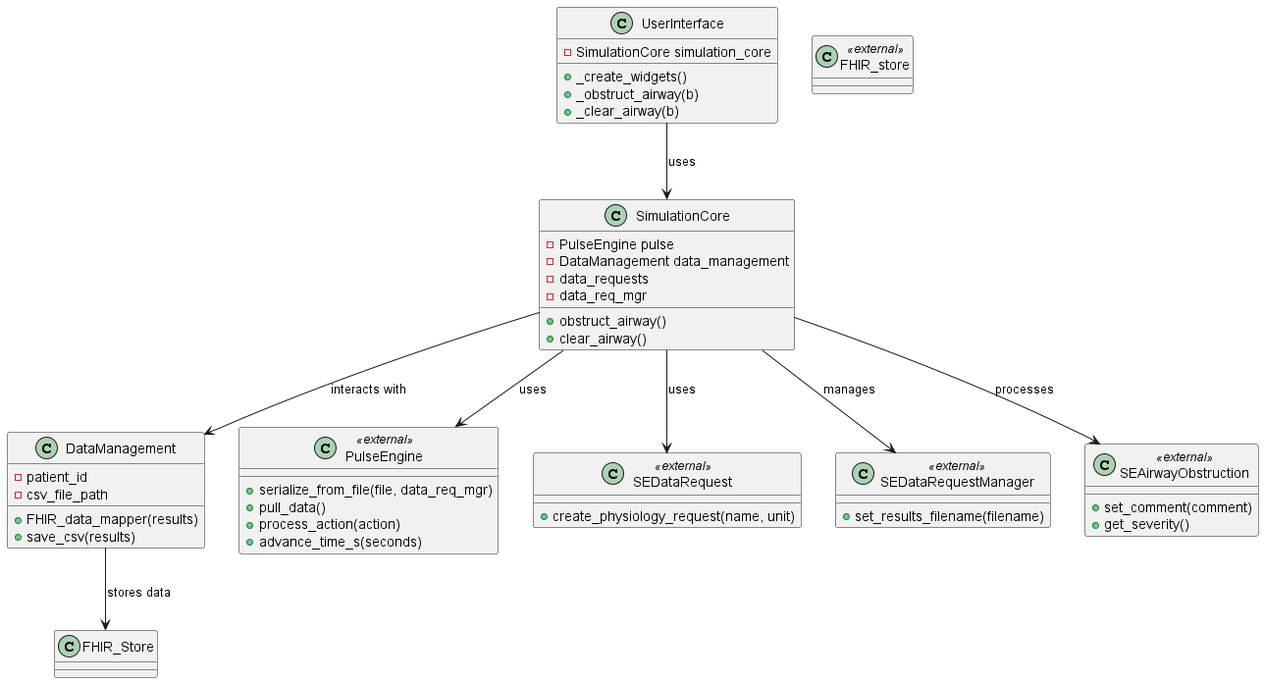
The PlantUML diagram pulse-physiology_FHIR/Diagrams/class_diagram.png in philips-labs/workflow-capability, before a commit. The source it was exported from:
```plantuml
@startuml
class UserInterface {
    -SimulationCore simulation_core
    +_create_widgets()
    +_obstruct_airway(b)
    +_clear_airway(b)
}

class SimulationCore {
    -PulseEngine pulse
    -DataManagement data_management
    -data_requests
    -data_req_mgr
    +obstruct_airway()
    +clear_airway()
}

class DataManagement {
    -patient_id
    -csv_file_path
    +FHIR_data_mapper(results)
    +save_csv(results)
}

class "PulseEngine" <<external>> {
    +serialize_from_file(file, data_req_mgr)
    +pull_data()
    +process_action(action)
    +advance_time_s(seconds)
}

class "SEDataRequest" <<external>> {
    +create_physiology_request(name, unit)
}

class "SEDataRequestManager" <<external>> {
    +set_results_filename(filename)
}

class "SEAirwayObstruction" <<external>> {
    +set_comment(comment)
    +get_severity()
}

class "FHIR_store" <<external>>

UserInterface --> SimulationCore : uses
SimulationCore --> DataManagement : interacts with
SimulationCore --> PulseEngine : uses
SimulationCore --> SEDataRequestManager : manages
SimulationCore --> SEDataRequest : uses
SimulationCore --> SEAirwayObstruction : processes
DataManagement --> FHIR_Store : stores data
@enduml
```
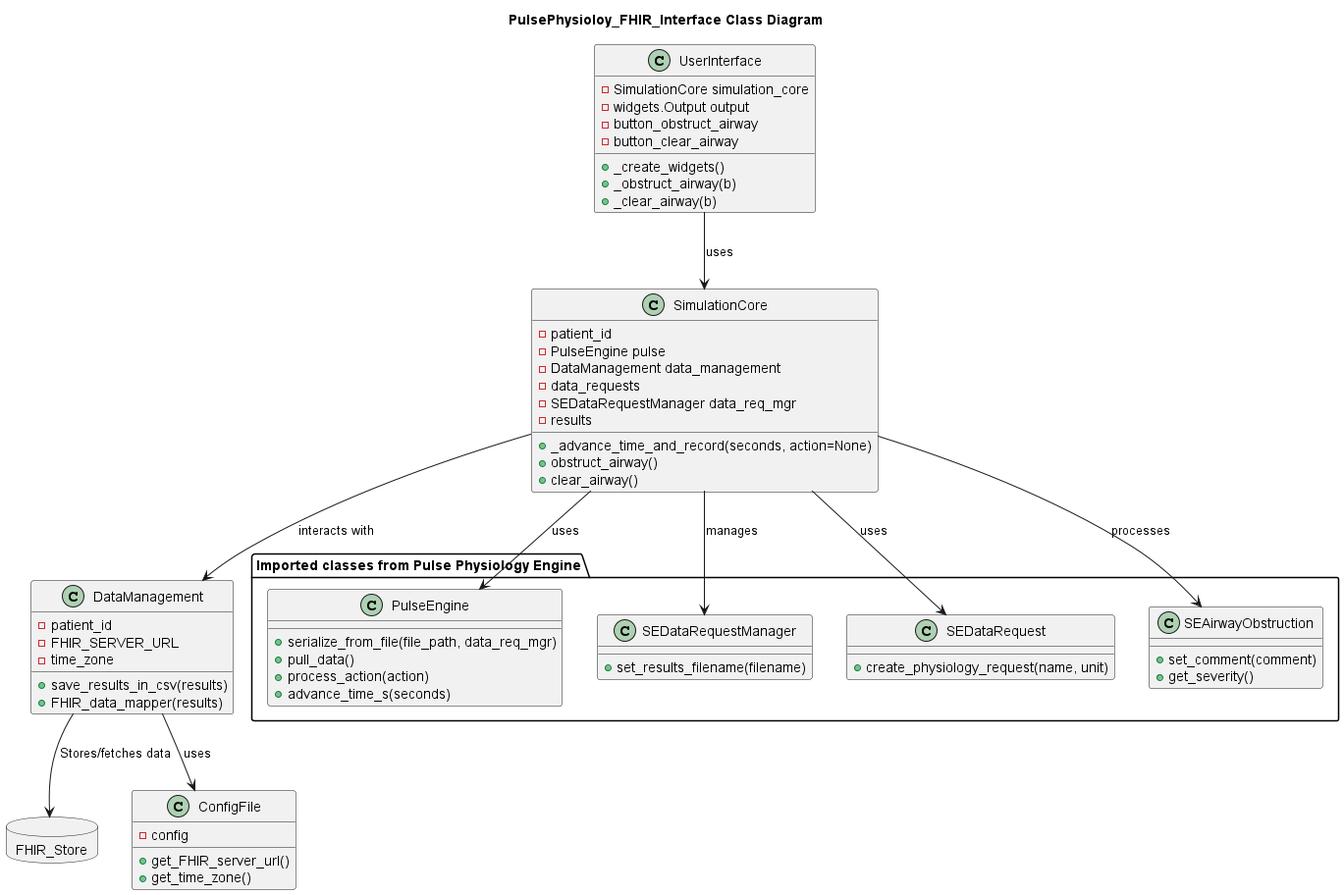
Later version of the same file.

Commit message:
configuration file added, architecture updated according to the added config file comment about FHIR on the architecture is fixed

The edit, as a diff of the source:
```diff
@@ -1,48 +1,63 @@
 @startuml
+title PulsePhysioloy_FHIR_Interface Class Diagram
+
 class UserInterface {
     -SimulationCore simulation_core
+    -widgets.Output output
+    -button_obstruct_airway
+    -button_clear_airway
     +_create_widgets()
     +_obstruct_airway(b)
     +_clear_airway(b)
 }
 
 class SimulationCore {
+    -patient_id
     -PulseEngine pulse
     -DataManagement data_management
     -data_requests
-    -data_req_mgr
+    -SEDataRequestManager data_req_mgr
+    -results
+    +_advance_time_and_record(seconds, action=None)
     +obstruct_airway()
     +clear_airway()
 }
 
 class DataManagement {
     -patient_id
-    -csv_file_path
+    -FHIR_SERVER_URL
+    -time_zone
+    +save_results_in_csv(results)
     +FHIR_data_mapper(results)
-    +save_csv(results)
 }
 
-class "PulseEngine" <<external>> {
-    +serialize_from_file(file, data_req_mgr)
-    +pull_data()
-    +process_action(action)
-    +advance_time_s(seconds)
+class ConfigFile {
+    -config
+    +get_FHIR_server_url()
+    +get_time_zone()
 }
 
-class "SEDataRequest" <<external>> {
-    +create_physiology_request(name, unit)
+package "Imported classes from Pulse Physiology Engine" {
+    class PulseEngine {
+        +serialize_from_file(file_path, data_req_mgr)
+        +pull_data()
+        +process_action(action)
+        +advance_time_s(seconds)
+    }
+    class SEDataRequestManager {
+        +set_results_filename(filename)
+    }
+    class SEDataRequest {
+        +create_physiology_request(name, unit)
+    }
+    class SEAirwayObstruction {
+        +set_comment(comment)
+        +get_severity()
+    }
 }
 
-class "SEDataRequestManager" <<external>> {
-    +set_results_filename(filename)
+database "FHIR_Store" as fhir_store {
 }
-
-class "SEAirwayObstruction" <<external>> {
-    +set_comment(comment)
-    +get_severity()
-}
-
-class "FHIR_store" <<external>>
 
 UserInterface --> SimulationCore : uses
 SimulationCore --> DataManagement : interacts with
@@ -50,5 +65,7 @@
 SimulationCore --> SEDataRequestManager : manages
 SimulationCore --> SEDataRequest : uses
 SimulationCore --> SEAirwayObstruction : processes
-DataManagement --> FHIR_Store : stores data
+DataManagement --> fhir_store : Stores/fetches data
+DataManagement --> ConfigFile : uses
+
 @enduml
```
